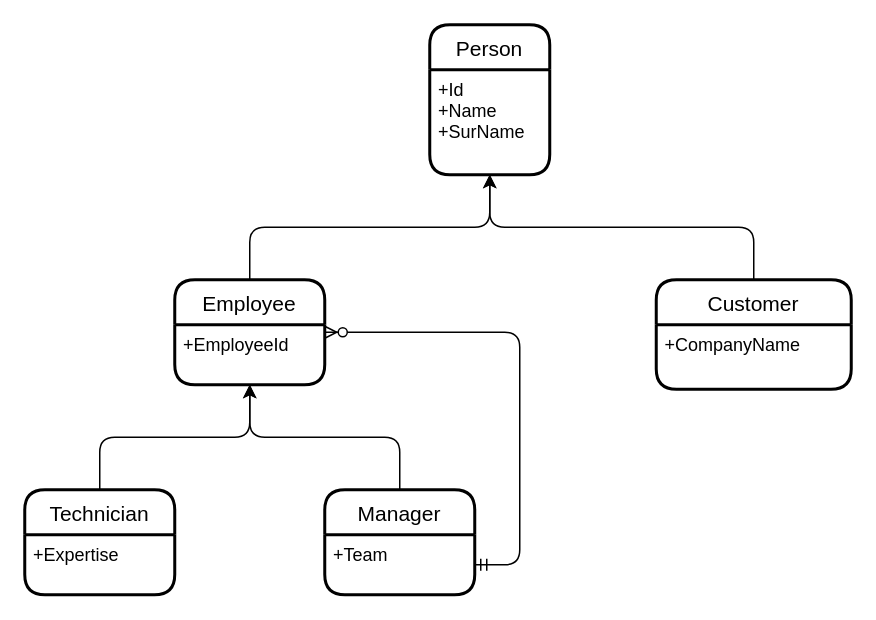
This is Note/model.drawio from ssidambarom/learning-tpc-with-ef-core-7, a draw.io file, before an edit. Source tidied: cells renumbered, new cells numbered last; positions are measured from the earlier drawing's top-left corner, leaving out a move shared by most shapes. Both pictures are drawn from the tidied source at 150%, with x=0, y=0 at pixel (24, 24).
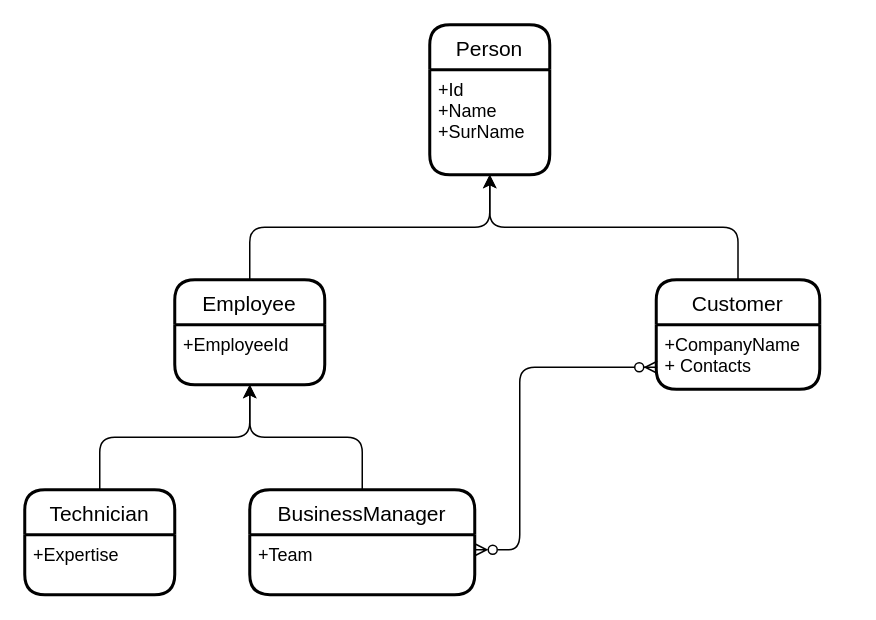
Above is the later version.

Diff of the diagram source:
```diff
@@
 <mxGraphModel>
   <root>
     <mxCell id="0" />
     <mxCell id="1" parent="0" />
     <mxCell id="2" value="Person" style="swimlane;horizontal=1;startSize=30;rounded=1;fontSize=14;fontStyle=0;strokeWidth=2;shadow=0;dashed=0;align=center;" parent="1" vertex="1">
       <mxGeometry x="270" width="80" height="100" as="geometry" />
     </mxCell>
     <mxCell id="3" value="+Id&#10;+Name&#10;+SurName" style="align=left;strokeColor=none;fillColor=none;spacingLeft=4;fontSize=12;verticalAlign=top;" parent="2" vertex="1">
       <mxGeometry y="30" width="80" height="70" as="geometry" />
     </mxCell>
     <mxCell id="4" value="Employee" style="swimlane;horizontal=1;startSize=30;rounded=1;fontSize=14;fontStyle=0;strokeWidth=2;shadow=0;dashed=0;align=center;" parent="1" vertex="1">
       <mxGeometry x="100" y="170" width="100" height="70" as="geometry" />
     </mxCell>
     <mxCell id="5" value="+EmployeeId" style="align=left;strokeColor=none;fillColor=none;spacingLeft=4;fontSize=12;verticalAlign=top;" parent="4" vertex="1">
       <mxGeometry y="30" width="100" height="40" as="geometry" />
     </mxCell>
     <mxCell id="6" style="edgeStyle=elbowEdgeStyle;elbow=vertical;endArrow=classic;html=1;exitX=0.5;exitY=0;exitDx=0;exitDy=0;entryX=0.5;entryY=1;entryDx=0;entryDy=0;" parent="1" edge="1" source="4" target="3">
       <mxGeometry relative="1" as="geometry" />
     </mxCell>
     <mxCell id="7" value="Customer" style="swimlane;horizontal=1;startSize=30;rounded=1;fontSize=14;fontStyle=0;strokeWidth=2;shadow=0;dashed=0;align=center;" parent="1" vertex="1">
-      <mxGeometry x="421" y="170" width="130" height="73" as="geometry" />
+      <mxGeometry x="421" y="170" width="109" height="73" as="geometry" />
     </mxCell>
-    <mxCell id="8" value="+CompanyName" style="align=left;strokeColor=none;fillColor=none;spacingLeft=4;fontSize=12;verticalAlign=top;" parent="7" vertex="1">
-      <mxGeometry y="30" width="130" height="43" as="geometry" />
+    <mxCell id="8" value="+CompanyName&#10;+ Contacts" style="align=left;strokeColor=none;fillColor=none;spacingLeft=4;fontSize=12;verticalAlign=top;" parent="7" vertex="1">
+      <mxGeometry y="30" width="109" height="43" as="geometry" />
     </mxCell>
     <mxCell id="9" style="edgeStyle=elbowEdgeStyle;elbow=vertical;endArrow=classic;html=1;exitX=0.5;exitY=0;exitDx=0;exitDy=0;entryX=0.5;entryY=1;entryDx=0;entryDy=0;" parent="1" edge="1" source="7" target="3">
       <mxGeometry relative="1" as="geometry" />
     </mxCell>
     <mxCell id="10" value="Technician" style="swimlane;horizontal=1;startSize=30;rounded=1;fontSize=14;fontStyle=0;strokeWidth=2;shadow=0;dashed=0;align=center;" parent="1" vertex="1">
       <mxGeometry y="310" width="100" height="70" as="geometry" />
     </mxCell>
     <mxCell id="11" value="+Expertise" style="align=left;strokeColor=none;fillColor=none;spacingLeft=4;fontSize=12;verticalAlign=top;" parent="10" vertex="1">
       <mxGeometry y="30" width="100" height="40" as="geometry" />
     </mxCell>
     <mxCell id="12" style="edgeStyle=elbowEdgeStyle;elbow=vertical;endArrow=classic;html=1;exitX=0.5;exitY=0;exitDx=0;exitDy=0;entryX=0.5;entryY=1;entryDx=0;entryDy=0;" parent="1" edge="1" source="10" target="5">
       <mxGeometry relative="1" as="geometry" />
     </mxCell>
-    <mxCell id="13" value="Manager" style="swimlane;horizontal=1;startSize=30;rounded=1;fontSize=14;fontStyle=0;strokeWidth=2;shadow=0;dashed=0;align=center;" parent="1" vertex="1">
-      <mxGeometry x="200" y="310" width="100" height="70" as="geometry" />
+    <mxCell id="13" value="BusinessManager" style="swimlane;horizontal=1;startSize=30;rounded=1;fontSize=14;fontStyle=0;strokeWidth=2;shadow=0;dashed=0;align=center;" parent="1" vertex="1">
+      <mxGeometry x="150" y="310" width="150" height="70" as="geometry" />
     </mxCell>
     <mxCell id="14" value="+Team" style="align=left;strokeColor=none;fillColor=none;spacingLeft=4;fontSize=12;verticalAlign=top;" parent="13" vertex="1">
-      <mxGeometry y="30" width="100" height="40" as="geometry" />
+      <mxGeometry y="30" width="150" height="40" as="geometry" />
     </mxCell>
     <mxCell id="15" style="edgeStyle=elbowEdgeStyle;elbow=vertical;endArrow=classic;html=1;entryX=0.5;entryY=1;entryDx=0;entryDy=0;" parent="1" edge="1" source="13" target="5">
       <mxGeometry relative="1" as="geometry" />
     </mxCell>
-    <mxCell id="16" style="edgeStyle=elbowEdgeStyle;fontSize=12;html=1;endArrow=ERzeroToMany;startArrow=ERmandOne;exitX=1;exitY=0.5;exitDx=0;exitDy=0;entryX=1;entryY=0.5;entryDx=0;entryDy=0;" parent="1" edge="1" source="14" target="4">
+    <mxCell id="16" style="edgeStyle=elbowEdgeStyle;fontSize=12;html=1;endArrow=ERzeroToMany;startArrow=ERzeroToMany;exitX=1;exitY=0.25;exitDx=0;exitDy=0;startFill=0;entryX=0.006;entryY=0.659;entryDx=0;entryDy=0;entryPerimeter=0;" parent="1" edge="1" source="14" target="8">
       <mxGeometry relative="1" as="geometry">
         <Array as="points">
           <mxPoint x="330" y="290" />
         </Array>
       </mxGeometry>
     </mxCell>
   </root>
 </mxGraphModel>
```
